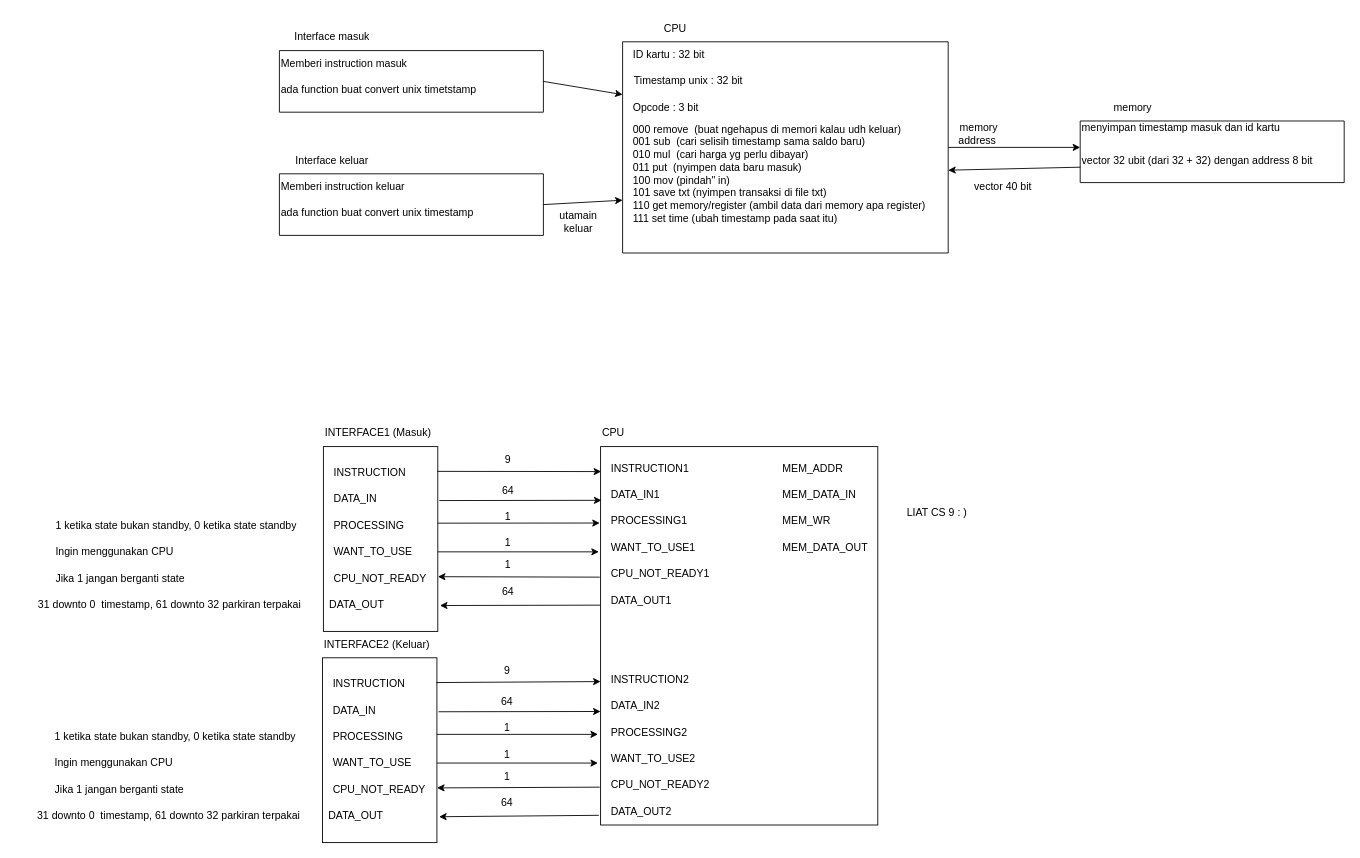
The draw.io diagram ProyekAkhir_PSD.drawio in kamalMakarim/PSD_BP03, before the edit. Source tidied: cells renumbered, new cells numbered last; positions are measured from the earlier drawing's top-left corner, leaving out a move shared by most shapes. Both pictures are drawn from the tidied source at 88%, with x=0, y=0 at pixel (32, 15).
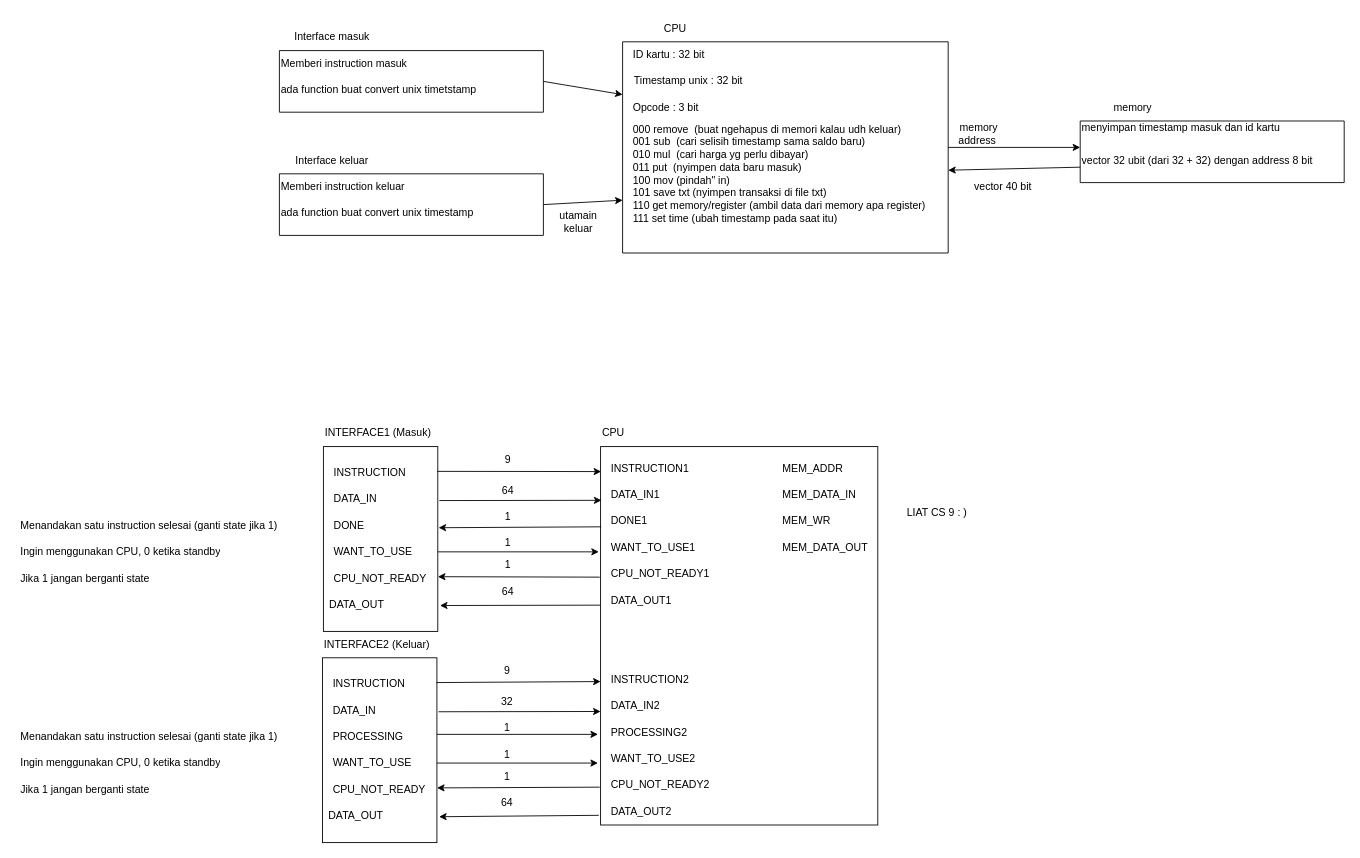
The same diagram, later.

Commit message (it also covers changes not shown here):
Contoh interface

The change refers to these unchanged cells:
```xml
<mxCell id="27" style="rounded=0;whiteSpace=wrap;html=1;fillColor=none;" parent="1" vertex="1">
  <mxGeometry x="646" y="490" width="315" height="430" as="geometry" />
</mxCell>
<mxCell id="42" style="rounded=0;whiteSpace=wrap;html=1;fillColor=none;" parent="1" vertex="1">
  <mxGeometry x="331" y="490" width="130" height="210" as="geometry" />
</mxCell>
```

What changed in the source:
```diff
@@
-    <mxCell id="34" value="PROCESSING1" style="text;html=1;strokeColor=none;fillColor=none;align=left;verticalAlign=middle;whiteSpace=wrap;rounded=0;" parent="1" vertex="1">
+    <mxCell id="34" value="DONE1" style="text;html=1;strokeColor=none;fillColor=none;align=left;verticalAlign=middle;whiteSpace=wrap;rounded=0;" parent="1" vertex="1">
       <mxGeometry x="656" y="560" width="100" height="30" as="geometry" />
     </mxCell>
@@
-    <mxCell id="46" value="PROCESSING" style="text;html=1;strokeColor=none;fillColor=none;align=left;verticalAlign=middle;whiteSpace=wrap;rounded=0;" parent="1" vertex="1">
+    <mxCell id="46" value="DONE" style="text;html=1;strokeColor=none;fillColor=none;align=left;verticalAlign=middle;whiteSpace=wrap;rounded=0;" parent="1" vertex="1">
       <mxGeometry x="341" y="565" width="100" height="30" as="geometry" />
     </mxCell>
@@
-    <mxCell id="51" value="1 ketika state bukan standby, 0 ketika state standby" style="text;strokeColor=none;fillColor=none;align=left;verticalAlign=middle;spacingLeft=4;spacingRight=4;overflow=hidden;whiteSpace=wrap;html=1;" parent="1" vertex="1">
-      <mxGeometry x="21" y="565" width="310" height="30" as="geometry" />
+    <mxCell id="51" value="Menandakan satu instruction selesai (ganti state jika 1)" style="text;strokeColor=none;fillColor=none;align=left;verticalAlign=middle;spacingLeft=4;spacingRight=4;overflow=hidden;whiteSpace=wrap;html=1;" parent="1" vertex="1">
+      <mxGeometry x="-19" y="565" width="340" height="30" as="geometry" />
     </mxCell>
-    <mxCell id="52" value="Ingin menggunakan CPU" style="text;strokeColor=none;fillColor=none;align=left;verticalAlign=middle;spacingLeft=4;spacingRight=4;overflow=hidden;whiteSpace=wrap;html=1;" parent="1" vertex="1">
-      <mxGeometry x="21" y="595" width="290" height="30" as="geometry" />
+    <mxCell id="52" value="Ingin menggunakan CPU, 0 ketika standby" style="text;strokeColor=none;fillColor=none;align=left;verticalAlign=middle;spacingLeft=4;spacingRight=4;overflow=hidden;whiteSpace=wrap;html=1;" parent="1" vertex="1">
+      <mxGeometry x="-19" y="595" width="320" height="30" as="geometry" />
     </mxCell>
     <mxCell id="53" value="Jika 1 jangan berganti state" style="text;strokeColor=none;fillColor=none;align=left;verticalAlign=middle;spacingLeft=4;spacingRight=4;overflow=hidden;whiteSpace=wrap;html=1;" parent="1" vertex="1">
-      <mxGeometry x="21" y="625" width="290" height="30" as="geometry" />
+      <mxGeometry x="-19" y="625" width="320" height="30" as="geometry" />
     </mxCell>
@@
-    <mxCell id="55" style="endArrow=classic;html=1;rounded=0;entryX=-0.003;entryY=0.202;entryDx=0;entryDy=0;entryPerimeter=0;" parent="1" edge="1" target="27">
-      <mxGeometry relative="1" as="geometry">
-        <mxPoint x="461" y="577" as="sourcePoint" />
-      </mxGeometry>
+    <mxCell id="55" style="endArrow=classic;html=1;rounded=0;exitX=0.002;exitY=0.212;exitDx=0;exitDy=0;exitPerimeter=0;entryX=1.007;entryY=0.439;entryDx=0;entryDy=0;entryPerimeter=0;" parent="1" edge="1" source="27" target="42">
+      <mxGeometry relative="1" as="geometry" />
     </mxCell>
@@
-    <mxCell id="67" value="31 downto 0&amp;nbsp; timestamp, 61 downto 32 parkiran terpakai" style="text;strokeColor=none;fillColor=none;align=left;verticalAlign=middle;spacingLeft=4;spacingRight=4;overflow=hidden;whiteSpace=wrap;html=1;" parent="1" vertex="1">
-      <mxGeometry x="1" y="655" width="310" height="30" as="geometry" />
-    </mxCell>
@@
-    <mxCell id="76" value="1 ketika state bukan standby, 0 ketika state standby" style="text;strokeColor=none;fillColor=none;align=left;verticalAlign=middle;spacingLeft=4;spacingRight=4;overflow=hidden;whiteSpace=wrap;html=1;" parent="1" vertex="1">
-      <mxGeometry x="20" y="805" width="310" height="30" as="geometry" />
-    </mxCell>
-    <mxCell id="77" value="Ingin menggunakan CPU" style="text;strokeColor=none;fillColor=none;align=left;verticalAlign=middle;spacingLeft=4;spacingRight=4;overflow=hidden;whiteSpace=wrap;html=1;" parent="1" vertex="1">
-      <mxGeometry x="20" y="835" width="290" height="30" as="geometry" />
-    </mxCell>
-    <mxCell id="78" value="Jika 1 jangan berganti state" style="text;strokeColor=none;fillColor=none;align=left;verticalAlign=middle;spacingLeft=4;spacingRight=4;overflow=hidden;whiteSpace=wrap;html=1;" parent="1" vertex="1">
-      <mxGeometry x="20" y="865" width="290" height="30" as="geometry" />
-    </mxCell>
@@
-    <mxCell id="86" value="64" style="text;html=1;strokeColor=none;fillColor=none;align=center;verticalAlign=middle;whiteSpace=wrap;rounded=0;" parent="1" vertex="1">
+    <mxCell id="86" value="32" style="text;html=1;strokeColor=none;fillColor=none;align=center;verticalAlign=middle;whiteSpace=wrap;rounded=0;" parent="1" vertex="1">
       <mxGeometry x="510" y="765" width="60" height="30" as="geometry" />
     </mxCell>
@@
-    <mxCell id="91" value="31 downto 0&amp;nbsp; timestamp, 61 downto 32 parkiran terpakai" style="text;strokeColor=none;fillColor=none;align=left;verticalAlign=middle;spacingLeft=4;spacingRight=4;overflow=hidden;whiteSpace=wrap;html=1;" parent="1" vertex="1">
-      <mxGeometry y="895" width="310" height="30" as="geometry" />
-    </mxCell>
@@
+    <mxCell id="94" value="Menandakan satu instruction selesai (ganti state jika 1)" style="text;strokeColor=none;fillColor=none;align=left;verticalAlign=middle;spacingLeft=4;spacingRight=4;overflow=hidden;whiteSpace=wrap;html=1;" parent="1" vertex="1">
+      <mxGeometry x="-19" y="805" width="340" height="30" as="geometry" />
+    </mxCell>
+    <mxCell id="95" value="Ingin menggunakan CPU, 0 ketika standby" style="text;strokeColor=none;fillColor=none;align=left;verticalAlign=middle;spacingLeft=4;spacingRight=4;overflow=hidden;whiteSpace=wrap;html=1;" parent="1" vertex="1">
+      <mxGeometry x="-19" y="835" width="320" height="30" as="geometry" />
+    </mxCell>
+    <mxCell id="78" value="Jika 1 jangan berganti state" style="text;strokeColor=none;fillColor=none;align=left;verticalAlign=middle;spacingLeft=4;spacingRight=4;overflow=hidden;whiteSpace=wrap;html=1;" parent="1" vertex="1">
+      <mxGeometry x="-19" y="865" width="320" height="30" as="geometry" />
+    </mxCell>
```
